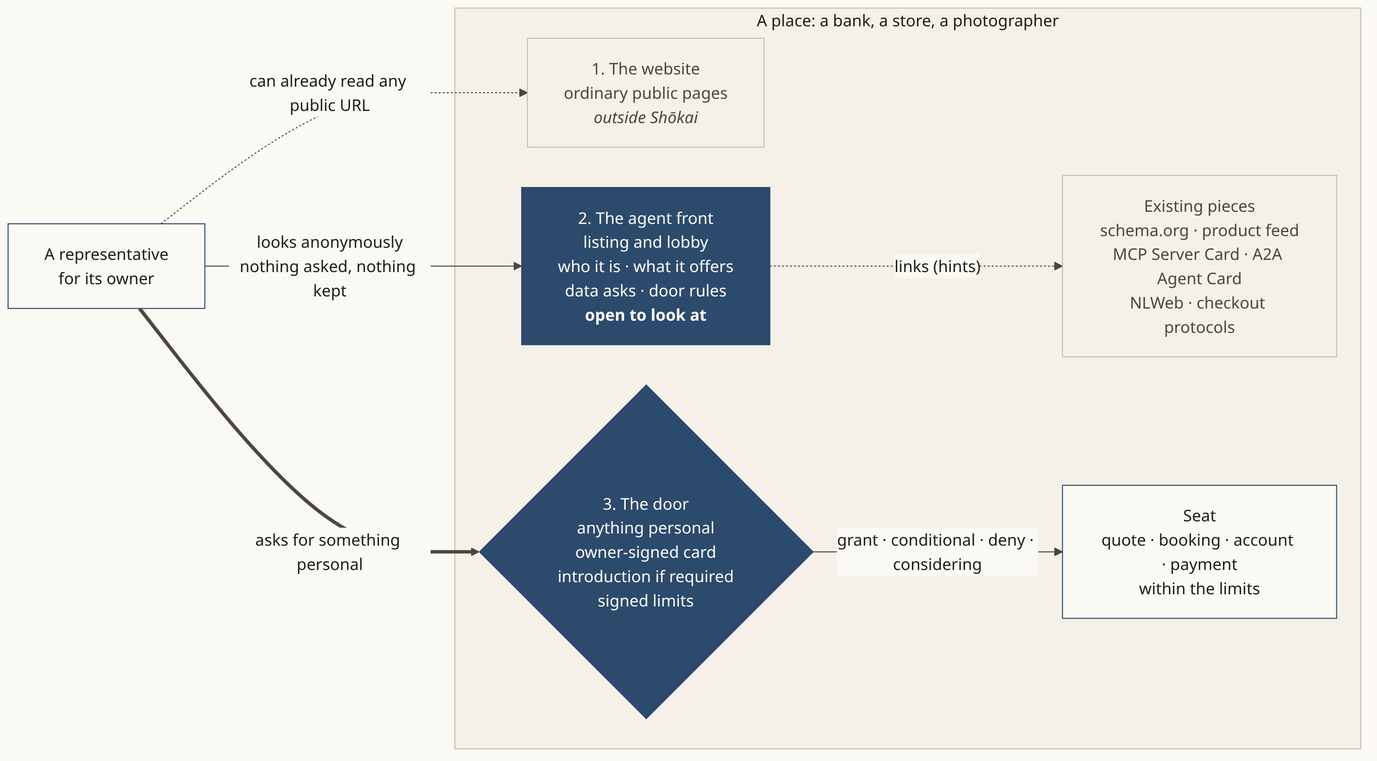
This is docs/diagrams/png/website-front-door.png from Kigenka/shokai, a Mermaid export, as it was before one commit. Its source is kept beside it as docs/diagrams/src/website-front-door.mmd. The source it was exported from:
```mermaid
flowchart LR
  V["A representative<br/>for its owner"]
  subgraph P["A place: a bank, a store, a photographer"]
    direction LR
    W["1. The website<br/>ordinary public pages<br/><i>outside Shōkai</i>"]
    F["2. The agent front<br/>listing and lobby<br/>who it is · what it offers<br/>data asks · door rules<br/><b>open to look at</b>"]
    D{"3. The door<br/>anything personal<br/>owner-signed card<br/>introduction if required<br/>signed limits"}
    X["Existing pieces<br/>schema.org · product feed<br/>MCP Server Card · A2A Agent Card<br/>NLWeb · checkout protocols"]
    S["Seat<br/>quote · booking · account · payment<br/>within the limits"]
  end
  V -. "can already read any public URL" .-> W
  V -- "looks anonymously<br/>nothing asked, nothing kept" --> F
  F -. "links (hints)" .-> X
  V == "asks for something personal" ==> D
  D -- "grant · conditional · deny · considering" --> S
  classDef shokai fill:#2c4a6c,stroke:#2c4a6c,color:#fbf9f4
  classDef outside fill:#f5f1e8,stroke:#c7bdab,color:#4a4741
  class F,D shokai
  class W,X outside
```
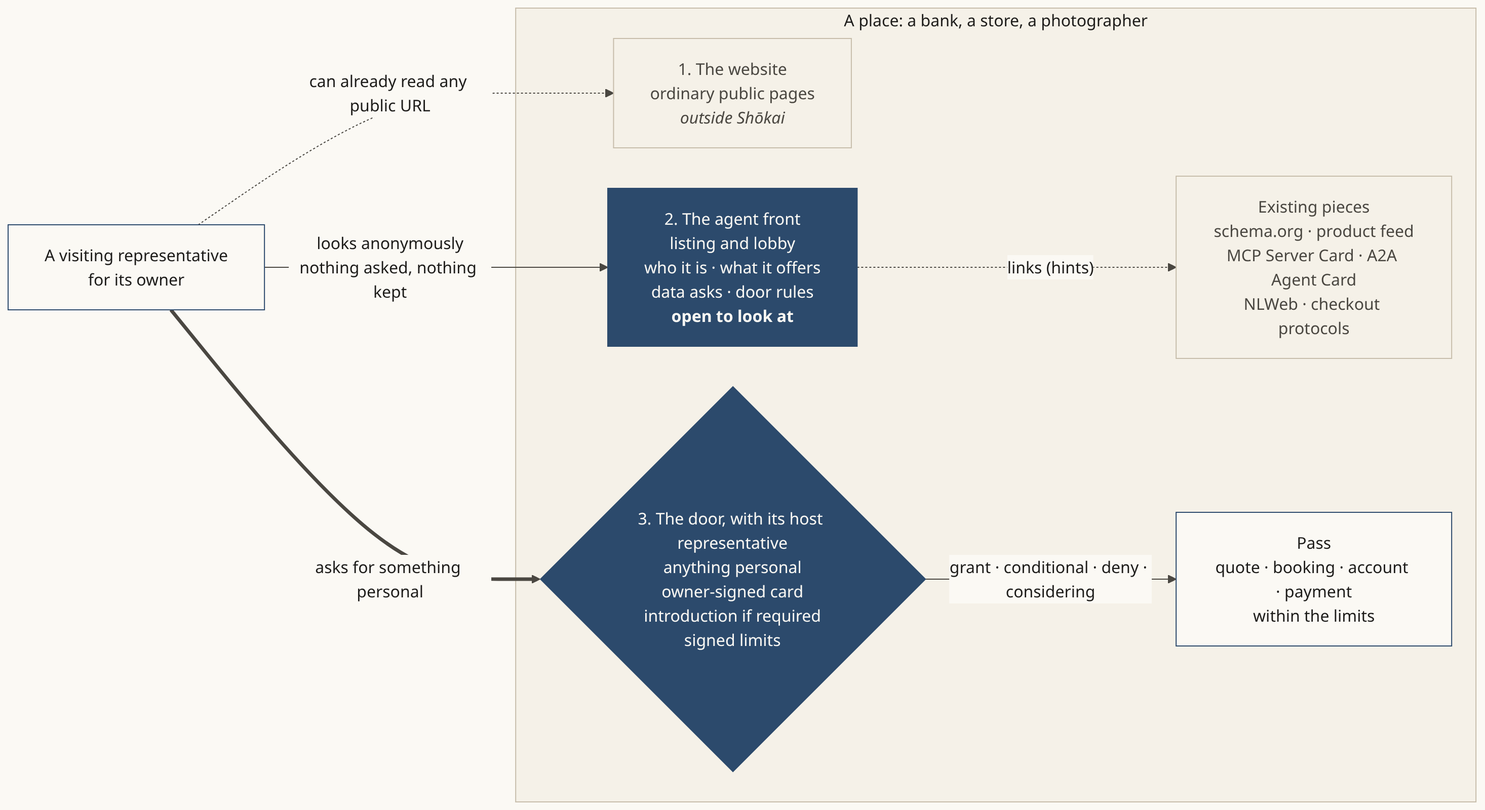
After the commit.

The edit, as a diff of the source:
```diff
@@ -1,10 +1,10 @@
 flowchart LR
-  V["A representative<br/>for its owner"]
+  V["A visiting representative<br/>for its owner"]
   subgraph P["A place: a bank, a store, a photographer"]
     direction LR
     W["1. The website<br/>ordinary public pages<br/><i>outside Shōkai</i>"]
     F["2. The agent front<br/>listing and lobby<br/>who it is · what it offers<br/>data asks · door rules<br/><b>open to look at</b>"]
-    D{"3. The door<br/>anything personal<br/>owner-signed card<br/>introduction if required<br/>signed limits"}
+    D{"3. The door, with its host representative<br/>anything personal<br/>owner-signed card<br/>introduction if required<br/>signed limits"}
     X["Existing pieces<br/>schema.org · product feed<br/>MCP Server Card · A2A Agent Card<br/>NLWeb · checkout protocols"]
     S["Seat<br/>quote · booking · account · payment<br/>within the limits"]
   end
```
